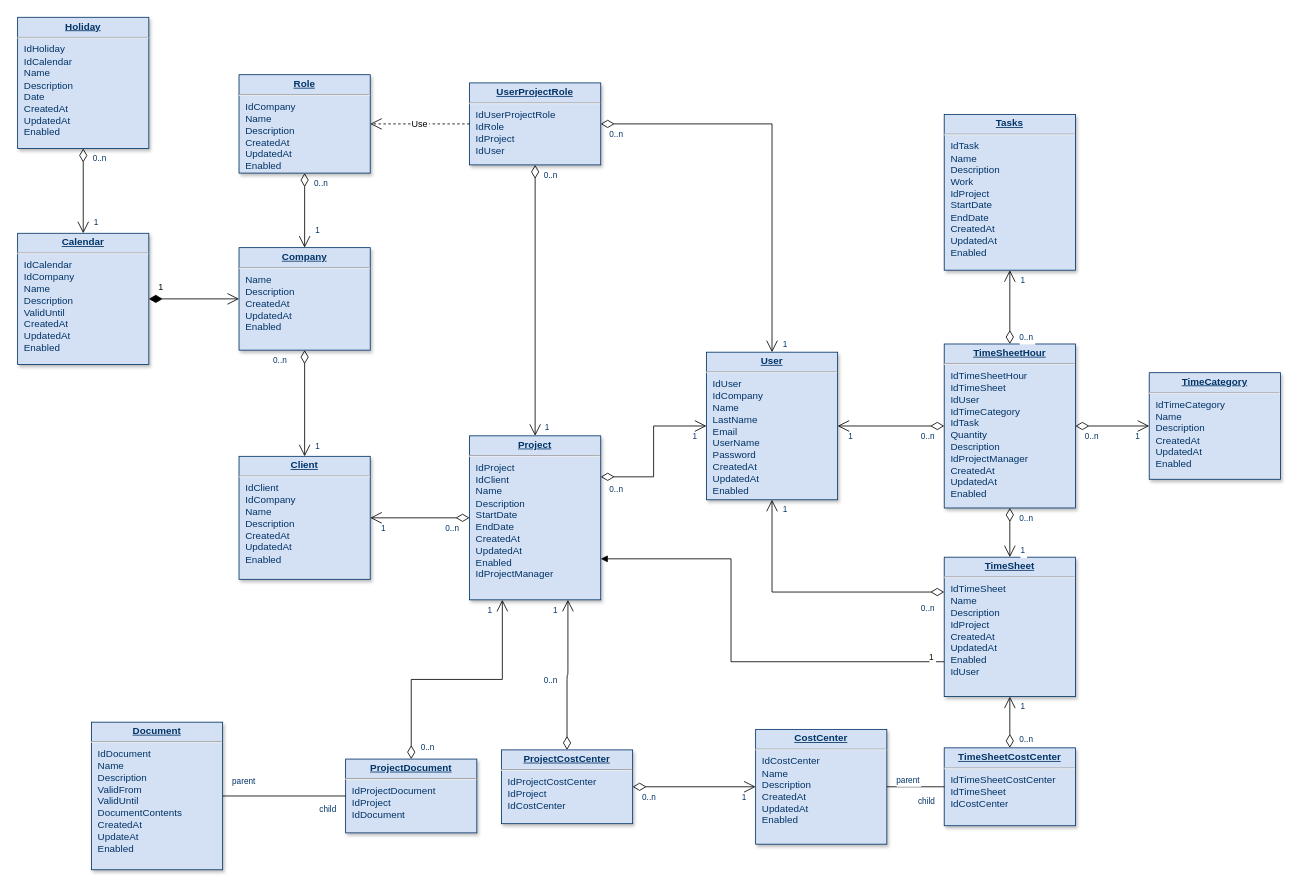
filipefontenele/test keeps this draw.io diagram as Untitled Diagram.drawio. Above is the earlier version. Source tidied: cells renumbered, new cells numbered last; positions are measured from the earlier drawing's top-left corner, leaving out a move shared by most shapes. Both pictures are drawn from the tidied source at 82%, with x=0, y=0 at pixel (17, 17).
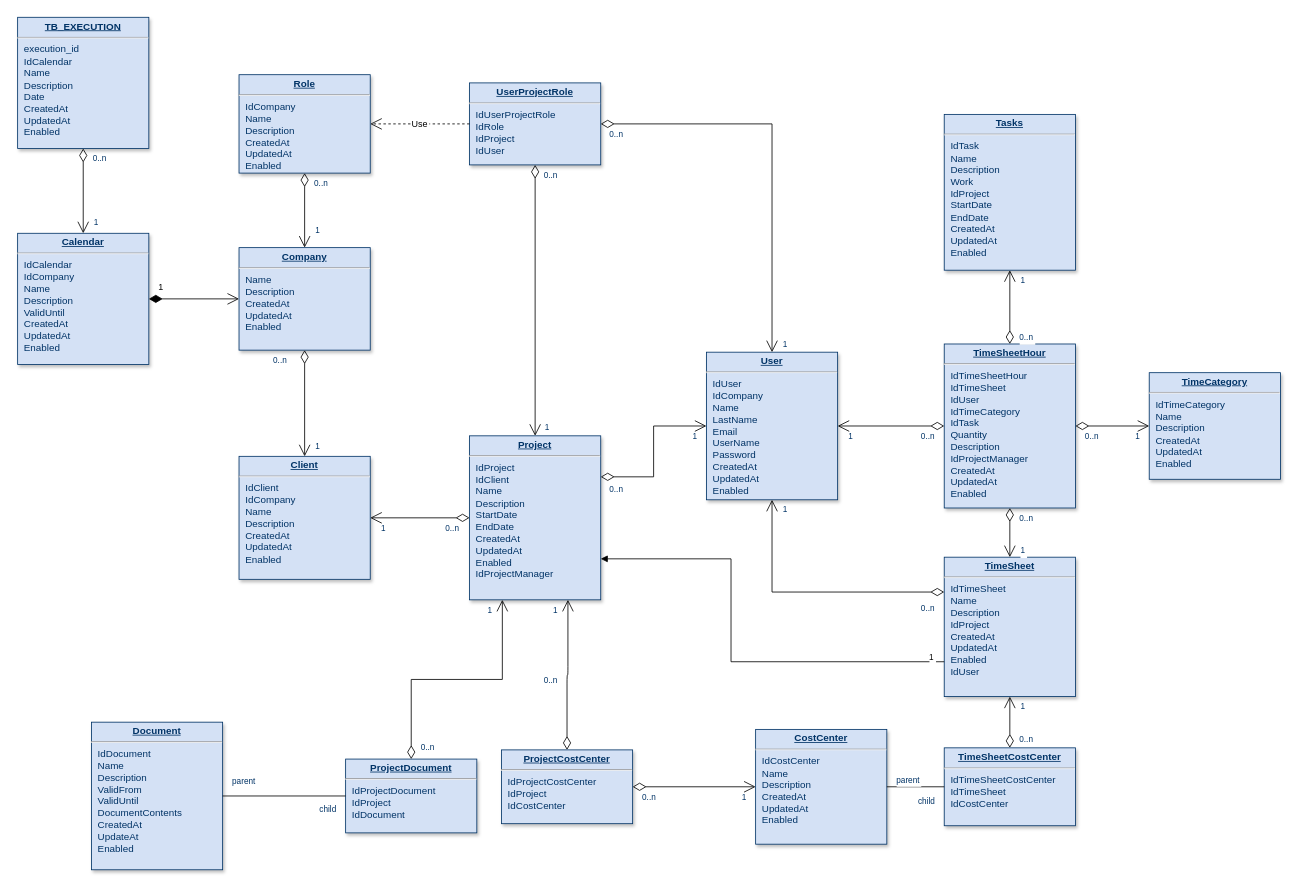
After the change.

The edit, as a diff of the source:
```diff
@@
-    <mxCell id="8" value="&lt;p style=&quot;margin: 0px; margin-top: 4px; text-align: center; text-decoration: underline;&quot;&gt;&lt;strong&gt;Holiday&lt;/strong&gt;&lt;/p&gt;&lt;hr /&gt;&lt;p style=&quot;margin: 0px; margin-left: 8px;&quot;&gt;IdHoliday&lt;/p&gt;&lt;p style=&quot;margin: 0px; margin-left: 8px;&quot;&gt;IdCalendar&lt;/p&gt;&lt;p style=&quot;margin: 0px; margin-left: 8px;&quot;&gt;Name&lt;/p&gt;&lt;p style=&quot;margin: 0px; margin-left: 8px;&quot;&gt;Description&lt;/p&gt;&lt;p style=&quot;margin: 0px; margin-left: 8px;&quot;&gt;Date&lt;/p&gt;&lt;p style=&quot;margin: 0px; margin-left: 8px;&quot;&gt;CreatedAt&lt;/p&gt;&lt;p style=&quot;margin: 0px; margin-left: 8px;&quot;&gt;UpdatedAt&lt;/p&gt;&lt;p style=&quot;margin: 0px; margin-left: 8px;&quot;&gt;Enabled&lt;/p&gt;" style="verticalAlign=top;align=left;overflow=fill;fontSize=12;fontFamily=Helvetica;html=1;strokeColor=#003366;shadow=1;fillColor=#D4E1F5;fontColor=#003366;" parent="1" vertex="1">
+    <mxCell id="8" value="&lt;p style=&quot;margin: 0px ; margin-top: 4px ; text-align: center ; text-decoration: underline&quot;&gt;&lt;strong&gt;TB_EXECUTION&lt;/strong&gt;&lt;/p&gt;&lt;hr&gt;&lt;p style=&quot;margin: 0px ; margin-left: 8px&quot;&gt;execution_id&lt;/p&gt;&lt;p style=&quot;margin: 0px ; margin-left: 8px&quot;&gt;IdCalendar&lt;/p&gt;&lt;p style=&quot;margin: 0px ; margin-left: 8px&quot;&gt;Name&lt;/p&gt;&lt;p style=&quot;margin: 0px ; margin-left: 8px&quot;&gt;Description&lt;/p&gt;&lt;p style=&quot;margin: 0px ; margin-left: 8px&quot;&gt;Date&lt;/p&gt;&lt;p style=&quot;margin: 0px ; margin-left: 8px&quot;&gt;CreatedAt&lt;/p&gt;&lt;p style=&quot;margin: 0px ; margin-left: 8px&quot;&gt;UpdatedAt&lt;/p&gt;&lt;p style=&quot;margin: 0px ; margin-left: 8px&quot;&gt;Enabled&lt;/p&gt;" style="verticalAlign=top;align=left;overflow=fill;fontSize=12;fontFamily=Helvetica;html=1;strokeColor=#003366;shadow=1;fillColor=#D4E1F5;fontColor=#003366;" parent="1" vertex="1">
       <mxGeometry y="-0.4" width="160" height="160" as="geometry" />
     </mxCell>
```
